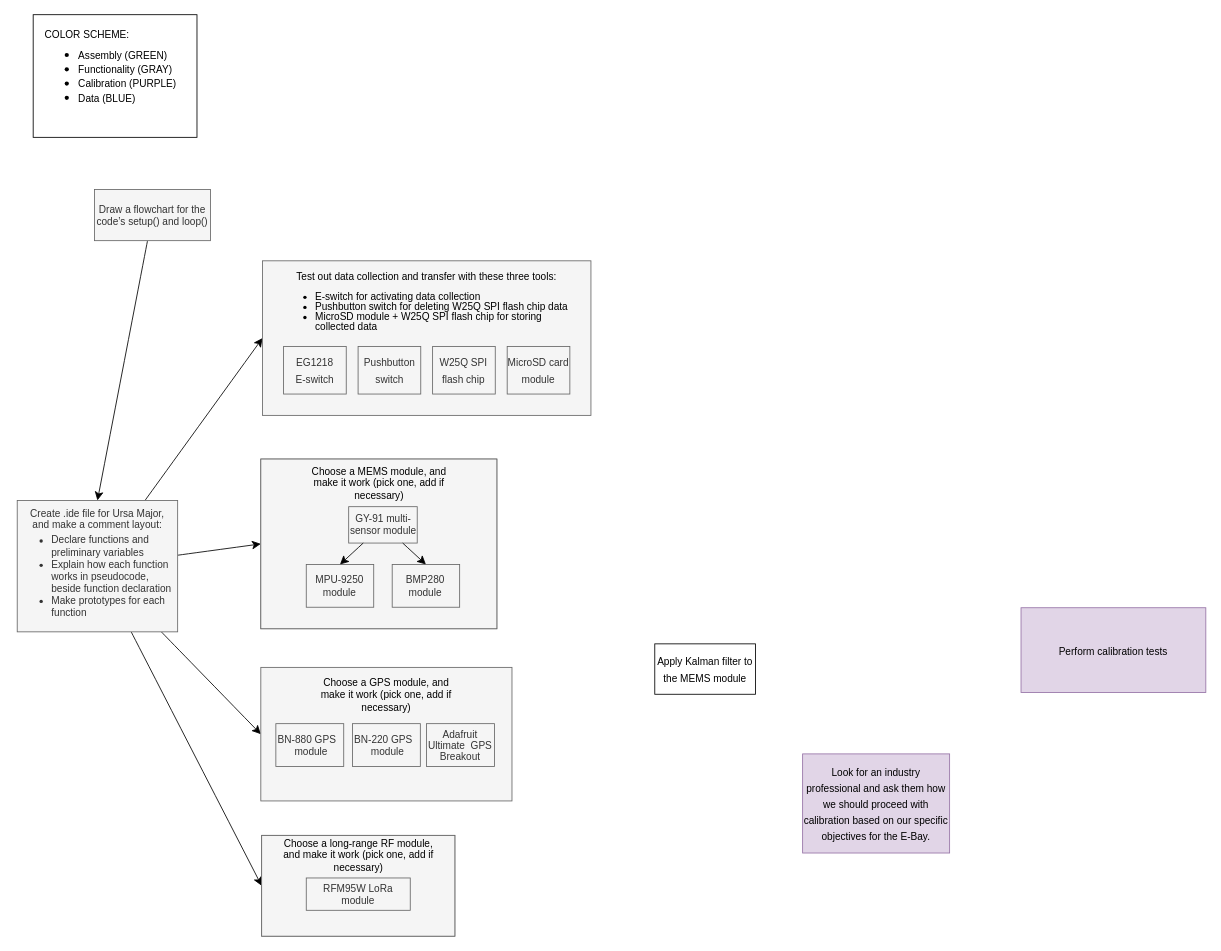
CEO-of-GitHub/URSA-MINOR keeps this draw.io diagram as URSA MINOR v1 Focus Tree.drawio. Above is the earlier version. Source tidied: cells renumbered, new cells numbered last; positions are measured from the earlier drawing's top-left corner, leaving out a move shared by most shapes. Both pictures are drawn from the tidied source at 84%, with x=0, y=0 at pixel (17, 14).
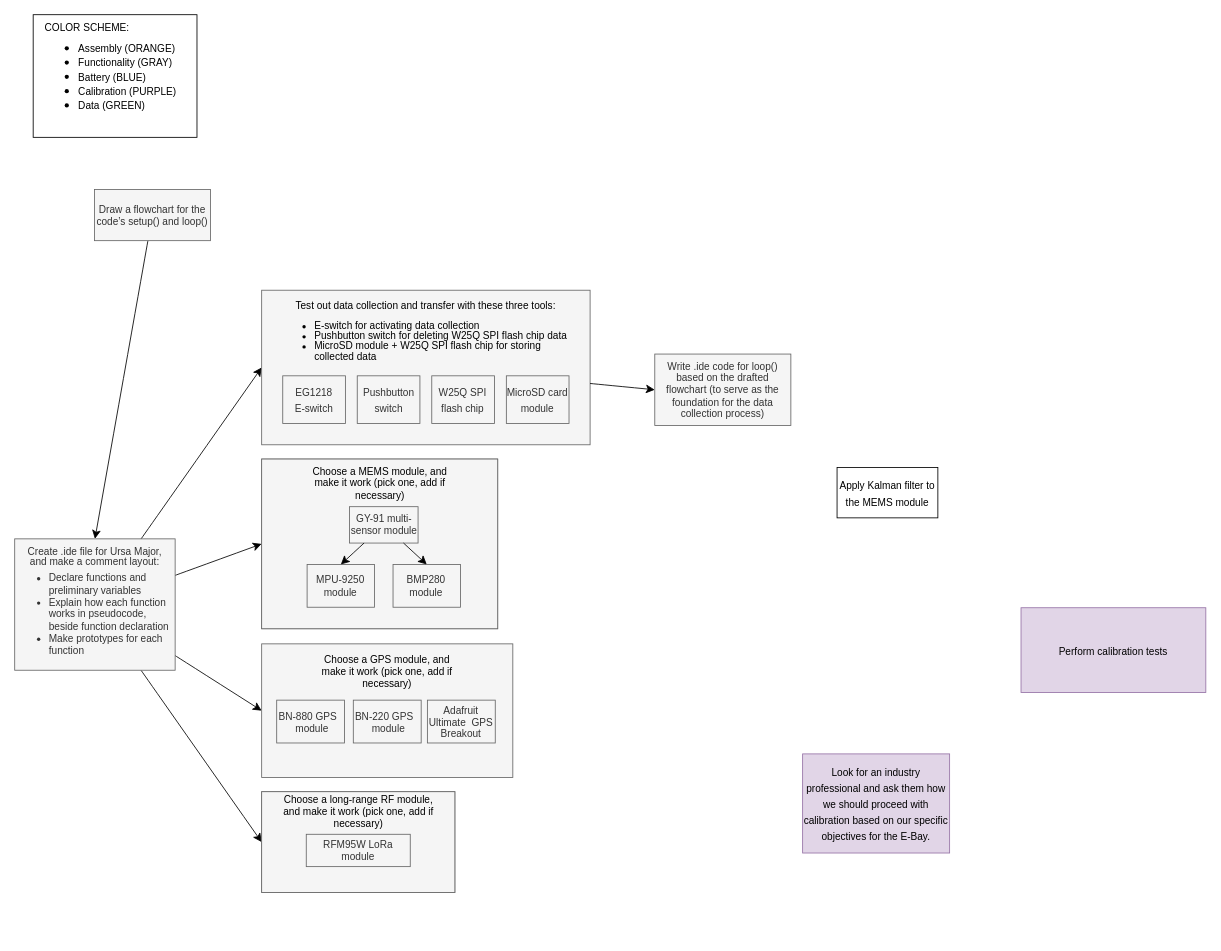
The same diagram, later.

The change refers to these unchanged cells:
```xml
<mxCell id="28" style="rounded=0;whiteSpace=wrap;html=1;fontSize=16;fillColor=#f5f5f5;fontColor=#333333;strokeColor=#666666;" parent="27" vertex="1">
  <mxGeometry width="391" height="184" as="geometry" />
</mxCell>
```

Diff of the diagram source:
```diff
@@
     <mxCell id="6" value="&lt;p style=&quot;line-height: 0%;&quot;&gt;Create .ide file for Ursa Major,&lt;/p&gt;&lt;p style=&quot;line-height: 0%;&quot;&gt;and make a comment layout:&lt;/p&gt;&lt;div style=&quot;text-align: left;&quot;&gt;&lt;ul&gt;&lt;li&gt;Declare functions and preliminary variables&lt;/li&gt;&lt;li&gt;Explain how each function works in pseudocode, beside function declaration&lt;/li&gt;&lt;li&gt;Make prototypes for each function&lt;/li&gt;&lt;/ul&gt;&lt;/div&gt;&lt;p&gt;&lt;/p&gt;" style="whiteSpace=wrap;html=1;fontSize=12;fillColor=#f5f5f5;strokeColor=#666666;fontColor=#333333;" parent="1" vertex="1">
-      <mxGeometry y="578.3" width="191" height="156.4" as="geometry" />
+      <mxGeometry x="-3" y="624" width="191" height="156.4" as="geometry" />
     </mxCell>
     <mxCell id="7" value="&lt;font style=&quot;font-size: 12px;&quot;&gt;Apply Kalman filter to the MEMS module&lt;/font&gt;" style="whiteSpace=wrap;html=1;fontSize=16;" parent="1" vertex="1">
-      <mxGeometry x="759" y="749" width="120" height="60" as="geometry" />
+      <mxGeometry x="976" y="539" width="120" height="60" as="geometry" />
     </mxCell>
     <mxCell id="8" style="group;fillColor=#f5f5f5;fontColor=#333333;strokeColor=#666666;" parent="1" vertex="1">
-      <mxGeometry x="290" y="529" width="281" height="202" as="geometry" />
+      <mxGeometry x="291" y="529" width="281" height="202" as="geometry" />
     </mxCell>
@@
     <mxCell id="16" style="group;" parent="1" vertex="1">
-      <mxGeometry x="290" y="777" width="299" height="159" as="geometry" />
+      <mxGeometry x="291" y="749" width="299" height="159" as="geometry" />
     </mxCell>
@@
     <mxCell id="22" style="group;fillColor=#f5f5f5;fontColor=#333333;strokeColor=#666666;" parent="1" vertex="1">
-      <mxGeometry x="291" y="977" width="230" height="120" as="geometry" />
+      <mxGeometry x="291" y="925" width="230" height="120" as="geometry" />
     </mxCell>
@@
-    <mxCell id="26" value="&lt;div style=&quot;line-height: 0%;&quot;&gt;&lt;span style=&quot;font-size: 12px;&quot;&gt;COLOR SCHEME:&lt;/span&gt;&lt;/div&gt;&lt;div style=&quot;line-height: 100%;&quot;&gt;&lt;ul style=&quot;line-height: 100%;&quot;&gt;&lt;li&gt;&lt;span style=&quot;font-size: 12px;&quot;&gt;Assembly (GREEN)&lt;/span&gt;&lt;/li&gt;&lt;li&gt;&lt;span style=&quot;font-size: 12px;&quot;&gt;Functionality (GRAY)&lt;/span&gt;&lt;/li&gt;&lt;li&gt;&lt;span style=&quot;font-size: 12px;&quot;&gt;Calibration (PURPLE)&lt;/span&gt;&lt;/li&gt;&lt;li&gt;&lt;span style=&quot;font-size: 12px;&quot;&gt;Data (BLUE)&lt;/span&gt;&lt;/li&gt;&lt;/ul&gt;&lt;/div&gt;" style="rounded=0;whiteSpace=wrap;html=1;fontSize=16;align=left;spacingLeft=12;spacingBottom=12;spacingRight=12;spacingTop=12;glass=0;shadow=0;" parent="1" vertex="1">
+    <mxCell id="26" value="&lt;div style=&quot;line-height: 0%;&quot;&gt;&lt;span style=&quot;font-size: 12px;&quot;&gt;COLOR SCHEME:&lt;/span&gt;&lt;/div&gt;&lt;div style=&quot;line-height: 100%;&quot;&gt;&lt;ul style=&quot;line-height: 100%;&quot;&gt;&lt;li&gt;&lt;span style=&quot;font-size: 12px;&quot;&gt;Assembly (ORANGE)&lt;/span&gt;&lt;/li&gt;&lt;li&gt;&lt;span style=&quot;font-size: 12px;&quot;&gt;Functionality (GRAY)&lt;/span&gt;&lt;/li&gt;&lt;li&gt;&lt;span style=&quot;font-size: 12px;&quot;&gt;Battery (BLUE)&lt;/span&gt;&lt;/li&gt;&lt;li&gt;&lt;span style=&quot;font-size: 12px;&quot;&gt;Calibration (PURPLE)&lt;/span&gt;&lt;/li&gt;&lt;li&gt;&lt;span style=&quot;font-size: 12px;&quot;&gt;Data (GREEN)&lt;/span&gt;&lt;/li&gt;&lt;/ul&gt;&lt;/div&gt;" style="rounded=0;whiteSpace=wrap;html=1;fontSize=16;align=left;spacingLeft=12;spacingBottom=12;spacingRight=12;spacingTop=12;glass=0;shadow=0;" parent="1" vertex="1">
       <mxGeometry x="19" width="195" height="146" as="geometry" />
     </mxCell>
     <mxCell id="27" style="group;" parent="1" vertex="1">
-      <mxGeometry x="292" y="293" width="391" height="184" as="geometry" />
+      <mxGeometry x="291" y="328" width="391" height="184" as="geometry" />
     </mxCell>
@@
+    <mxCell id="38" value="Write .ide code for loop() based on the drafted flowchart (to serve as the foundation for the data collection process)" style="whiteSpace=wrap;html=1;fontSize=12;fillColor=#f5f5f5;strokeColor=#666666;fontColor=#333333;" parent="1" vertex="1">
+      <mxGeometry x="759" y="404" width="162" height="85" as="geometry" />
+    </mxCell>
+    <mxCell id="39" style="edgeStyle=none;curved=1;rounded=0;jettySize=auto;html=1;entryX=0;entryY=0.5;entryDx=0;entryDy=0;fontSize=12;startSize=8;endSize=8;" parent="1" edge="1" source="28" target="38">
+      <mxGeometry relative="1" as="geometry" />
+    </mxCell>
```
